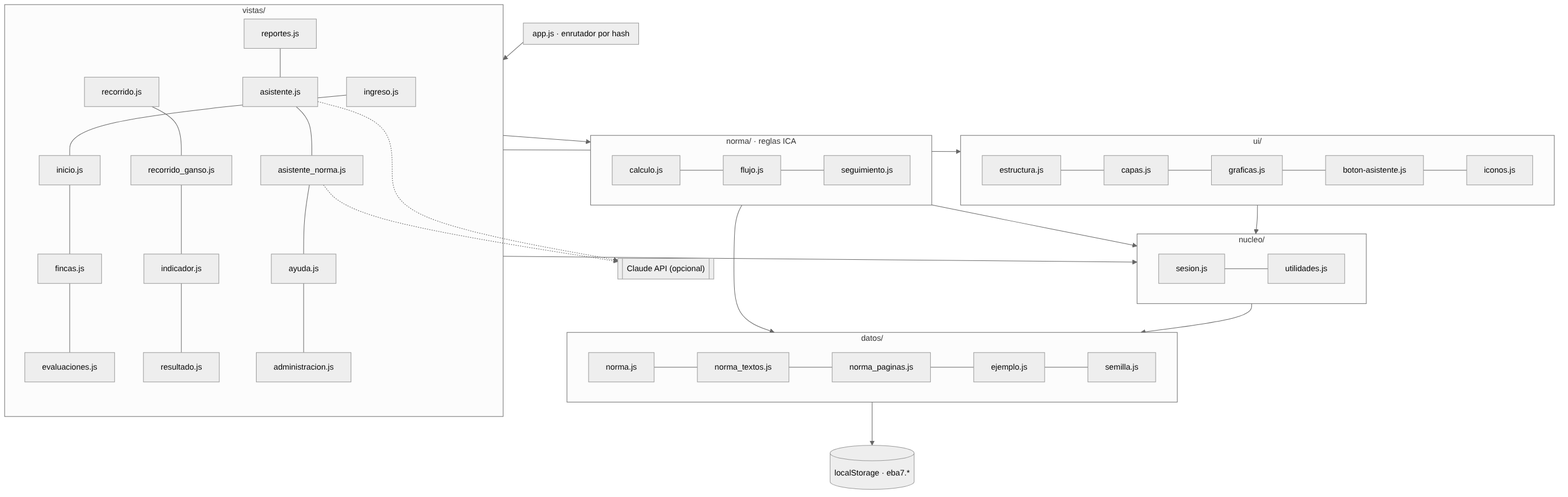
The Mermaid diagram codigo/docs/uml/paquetes/paq_01_paquetes.png in luisalejandroavilacastillo-stack/EBA_Cuac_Cuac, before a commit. Its source is kept beside it as codigo/docs/uml/fuentes/paq_01_paquetes.mmd. The source it was exported from:
```mermaid
flowchart TB
  subgraph APP["app.js · enrutador por hash"]
  end
  subgraph VISTAS["vistas/"]
    v1[ingreso.js] --- v2[inicio.js] --- v3[fincas.js] --- v4[evaluaciones.js]
    v5[recorrido.js] --- v6[recorrido_ganso.js] --- v7[indicador.js] --- v8[resultado.js]
    v9[reportes.js] --- v10[asistente.js] --- v11[asistente_norma.js] --- v12[ayuda.js] --- v13[administracion.js]
  end
  subgraph UI["ui/"]
    u1[estructura.js] --- u2[capas.js] --- u3[graficas.js] --- u4[boton-asistente.js] --- u5[iconos.js]
  end
  subgraph NORMA["norma/ · reglas ICA"]
    n1[calculo.js] --- n2[flujo.js] --- n3[seguimiento.js]
  end
  subgraph NUCLEO["nucleo/"]
    c1[sesion.js] --- c2[utilidades.js]
  end
  subgraph DATOS["datos/"]
    d1[norma.js] --- d2[norma_textos.js] --- d3[norma_paginas.js] --- d4[ejemplo.js] --- d5[semilla.js]
  end
  LS[("localStorage · eba7.*")]
  API[["Claude API (opcional)"]]
  APP --> VISTAS
  VISTAS --> UI
  VISTAS --> NORMA
  VISTAS --> NUCLEO
  NORMA --> DATOS
  NORMA --> NUCLEO
  UI --> NUCLEO
  NUCLEO --> DATOS
  DATOS --> LS
  v11 -.-> API
  v10 -.-> API
```
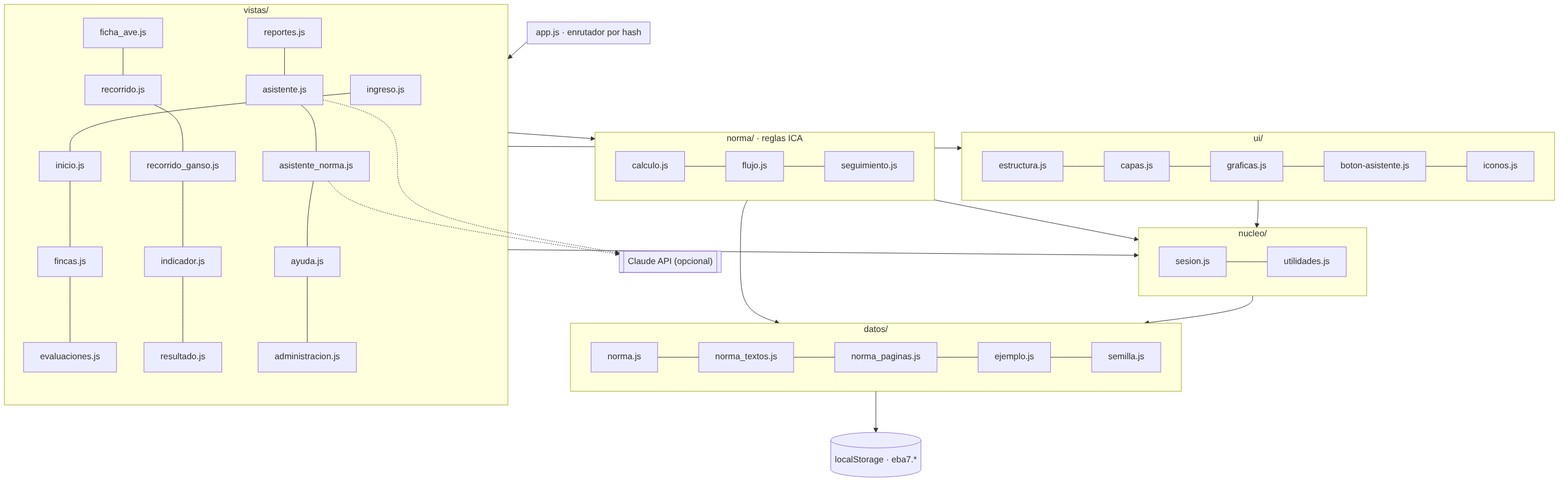
The same diagram one commit later.

The edit, as a diff of the source:
```diff
@@ -3,7 +3,7 @@
   end
   subgraph VISTAS["vistas/"]
     v1[ingreso.js] --- v2[inicio.js] --- v3[fincas.js] --- v4[evaluaciones.js]
-    v5[recorrido.js] --- v6[recorrido_ganso.js] --- v7[indicador.js] --- v8[resultado.js]
+    vF[ficha_ave.js] --- v5[recorrido.js] --- v6[recorrido_ganso.js] --- v7[indicador.js] --- v8[resultado.js]
     v9[reportes.js] --- v10[asistente.js] --- v11[asistente_norma.js] --- v12[ayuda.js] --- v13[administracion.js]
   end
   subgraph UI["ui/"]
```
